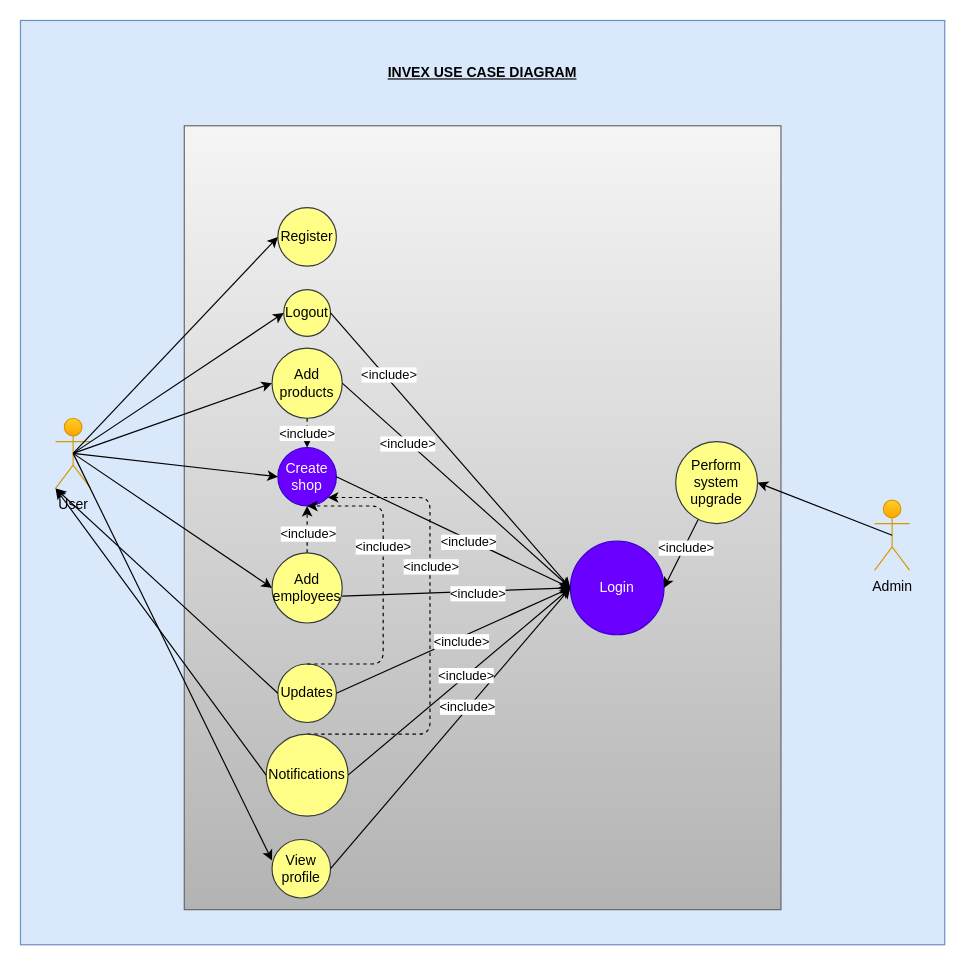
The draw.io diagram Documentation/use_cases.drawio in justuskitavi/invex, before the edit. Source tidied: cells renumbered, new cells numbered last; positions are measured from the earlier drawing's top-left corner, leaving out a move shared by most shapes. Both pictures are drawn from the tidied source at 117%, with x=0, y=0 at pixel (20, 20).
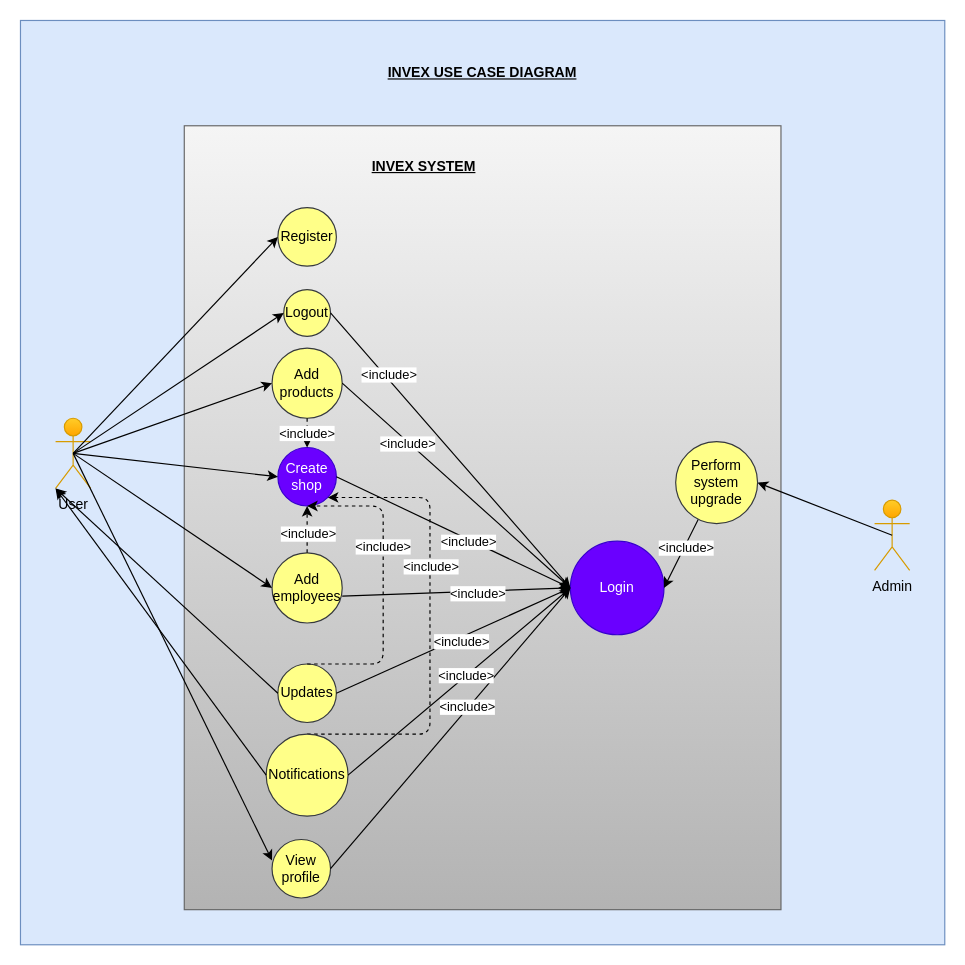
The same page after the edit.

Diff of the diagram source:
```diff
@@
+    <mxCell id="49" value="&lt;b&gt;&lt;u&gt;INVEX SYSTEM&lt;/u&gt;&lt;/b&gt;" style="text;html=1;align=center;verticalAlign=middle;whiteSpace=wrap;rounded=0;" parent="1" vertex="1">
+      <mxGeometry x="290" y="110" width="110" height="30" as="geometry" />
+    </mxCell>
```
